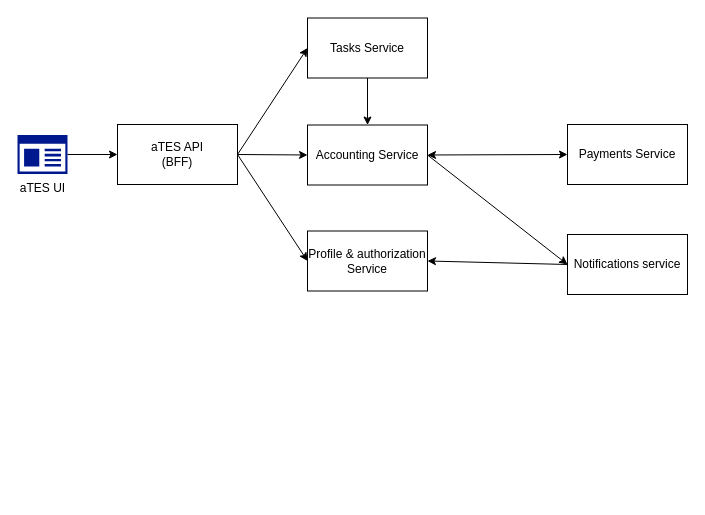
The draw.io diagram docs/Async architecture - lesson 0.drawio in syberside/async-architecture-course, before the edit. Source tidied: cells renumbered, new cells numbered last; positions are measured from the earlier drawing's top-left corner, leaving out a move shared by most shapes. Both pictures are drawn from the tidied source at 100%, with x=0, y=0 at pixel (17, 18).
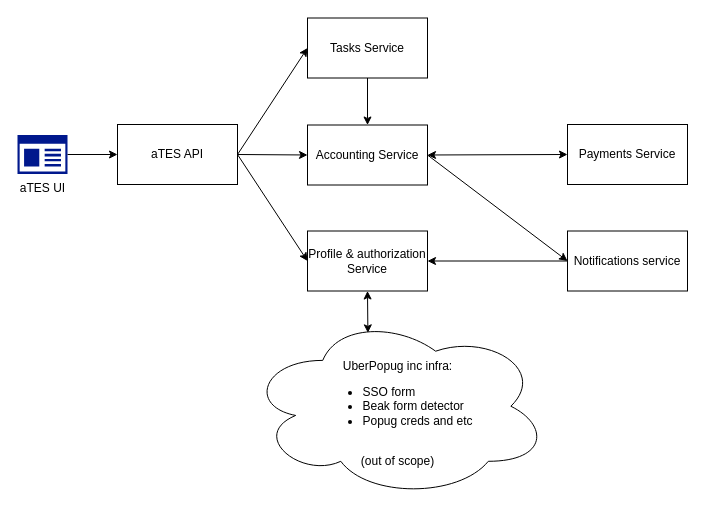
The same diagram, later.

The edit, as a diff of the source:
```diff
@@
 <mxGraphModel>
   <root>
     <mxCell id="0" />
     <mxCell id="1" parent="0" />
     <mxCell id="2" value="Profile &amp;amp; authorization Service" style="rounded=0;whiteSpace=wrap;html=1;" parent="1" vertex="1">
       <mxGeometry x="290" y="212.5" width="120" height="60" as="geometry" />
     </mxCell>
     <mxCell id="3" style="endArrow=classic;startArrow=classic;html=1;entryX=0;entryY=0.5;entryDx=0;entryDy=0;exitX=1;exitY=0.5;exitDx=0;exitDy=0;" parent="1" edge="1" source="11" target="5">
       <mxGeometry relative="1" as="geometry" />
     </mxCell>
     <mxCell id="4" style="rounded=0;jettySize=auto;html=1;exitX=1;exitY=0.5;exitDx=0;exitDy=0;entryX=0;entryY=0.5;entryDx=0;entryDy=0;" parent="1" edge="1" source="16" target="2">
       <mxGeometry relative="1" as="geometry" />
     </mxCell>
     <mxCell id="5" value="Payments Service" style="rounded=0;whiteSpace=wrap;html=1;align=center;" parent="1" vertex="1">
       <mxGeometry x="550" y="106" width="120" height="60" as="geometry" />
     </mxCell>
     <mxCell id="6" value="aTES UI" style="shadow=0;dashed=0;html=1;strokeColor=none;labelPosition=center;verticalLabelPosition=bottom;verticalAlign=top;align=center;fillColor=#00188D;shape=mxgraph.mscae.enterprise.app_generic;" parent="1" vertex="1">
       <mxGeometry y="116.5" width="50" height="39" as="geometry" />
     </mxCell>
     <mxCell id="7" style="edgeStyle=none;rounded=0;jettySize=auto;html=1;exitX=1;exitY=0.5;exitDx=0;exitDy=0;entryX=0;entryY=0.5;entryDx=0;entryDy=0;exitPerimeter=0;" parent="1" edge="1" source="6" target="16">
       <mxGeometry relative="1" as="geometry" />
     </mxCell>
     <mxCell id="8" style="edgeStyle=none;rounded=0;jettySize=auto;html=1;exitX=1;exitY=0.5;exitDx=0;exitDy=0;entryX=0;entryY=0.5;entryDx=0;entryDy=0;" parent="1" edge="1" source="16" target="11">
       <mxGeometry relative="1" as="geometry" />
     </mxCell>
     <mxCell id="9" style="edgeStyle=none;rounded=0;jettySize=auto;html=1;exitX=0.5;exitY=1;exitDx=0;exitDy=0;entryX=0.5;entryY=0;entryDx=0;entryDy=0;" parent="1" edge="1" source="10" target="11">
       <mxGeometry relative="1" as="geometry" />
     </mxCell>
     <mxCell id="10" value="&lt;div&gt;Tasks Service&lt;/div&gt;" style="rounded=0;whiteSpace=wrap;html=1;" parent="1" vertex="1">
       <mxGeometry x="290" y="-0.5" width="120" height="60" as="geometry" />
     </mxCell>
     <mxCell id="11" value="Accounting Service" style="rounded=0;whiteSpace=wrap;html=1;" parent="1" vertex="1">
       <mxGeometry x="290" y="106.5" width="120" height="60" as="geometry" />
     </mxCell>
     <mxCell id="12" style="edgeStyle=none;rounded=0;jettySize=auto;html=1;exitX=0;exitY=0.5;exitDx=0;exitDy=0;entryX=1;entryY=0.5;entryDx=0;entryDy=0;" parent="1" edge="1" source="13" target="2">
       <mxGeometry relative="1" as="geometry" />
     </mxCell>
     <mxCell id="13" value="Notifications service" style="rounded=0;whiteSpace=wrap;html=1;" parent="1" vertex="1">
-      <mxGeometry x="550" y="216" width="120" height="60" as="geometry" />
+      <mxGeometry x="550" y="212.5" width="120" height="60" as="geometry" />
     </mxCell>
     <mxCell id="14" style="endArrow=classic;html=1;rounded=0;exitX=1;exitY=0.5;exitDx=0;exitDy=0;entryX=0;entryY=0.5;entryDx=0;entryDy=0;" parent="1" edge="1" source="11" target="13">
       <mxGeometry relative="1" as="geometry" />
     </mxCell>
     <mxCell id="15" style="rounded=0;jettySize=auto;html=1;exitX=1;exitY=0.5;exitDx=0;exitDy=0;entryX=0;entryY=0.5;entryDx=0;entryDy=0;" parent="1" edge="1" source="16" target="10">
       <mxGeometry relative="1" as="geometry" />
     </mxCell>
-    <mxCell id="16" value="&lt;div&gt;aTES API&lt;/div&gt;&lt;div&gt;(BFF)&lt;/div&gt;" style="rounded=0;whiteSpace=wrap;html=1;align=center;" parent="1" vertex="1">
+    <mxCell id="16" value="&lt;div&gt;aTES API&lt;/div&gt;" style="rounded=0;whiteSpace=wrap;html=1;align=center;" parent="1" vertex="1">
       <mxGeometry x="100" y="106" width="120" height="60" as="geometry" />
     </mxCell>
+    <mxCell id="17" value="&lt;div&gt;&lt;br&gt;&lt;/div&gt;&lt;div&gt;UberPopug inc infra:&lt;/div&gt;&lt;div&gt;&lt;ul&gt;&lt;li&gt;&lt;div align=&quot;left&quot;&gt;SSO form&lt;/div&gt;&lt;/li&gt;&lt;li&gt;&lt;div align=&quot;left&quot;&gt;Beak form detector&lt;/div&gt;&lt;/li&gt;&lt;li&gt;Popug creds and etc&lt;br&gt;&lt;div align=&quot;left&quot;&gt;&lt;br&gt;&lt;/div&gt;&lt;/li&gt;&lt;/ul&gt;&lt;/div&gt;(out of scope)" style="ellipse;shape=cloud;whiteSpace=wrap;html=1;align=center;" parent="1" vertex="1">
+      <mxGeometry x="230" y="296" width="301" height="183.5" as="geometry" />
+    </mxCell>
+    <mxCell id="18" style="endArrow=classic;startArrow=classic;html=1;rounded=0;entryX=0.4;entryY=0.1;entryDx=0;entryDy=0;entryPerimeter=0;exitX=0.5;exitY=1;exitDx=0;exitDy=0;" parent="1" edge="1" source="2" target="17">
+      <mxGeometry relative="1" as="geometry" />
+    </mxCell>
   </root>
 </mxGraphModel>
```
